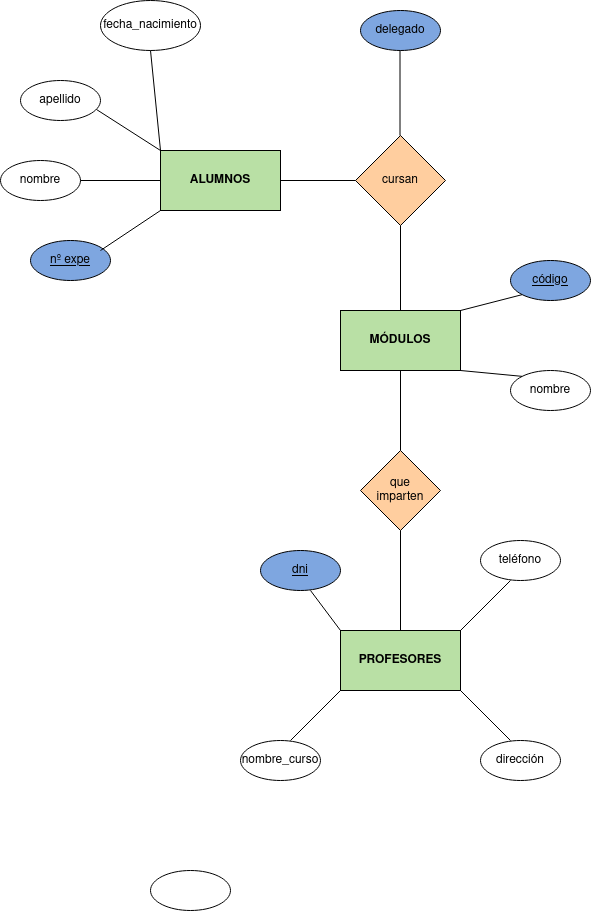
The draw.io diagram Unidad-2/Tareas/Profesorado_Instituto_v1.drawio.png in edumel20/base-datos, before a commit. Source tidied: cells renumbered, new cells last; positions are measured from the earlier drawing's top-left corner, leaving out a move shared by most shapes.
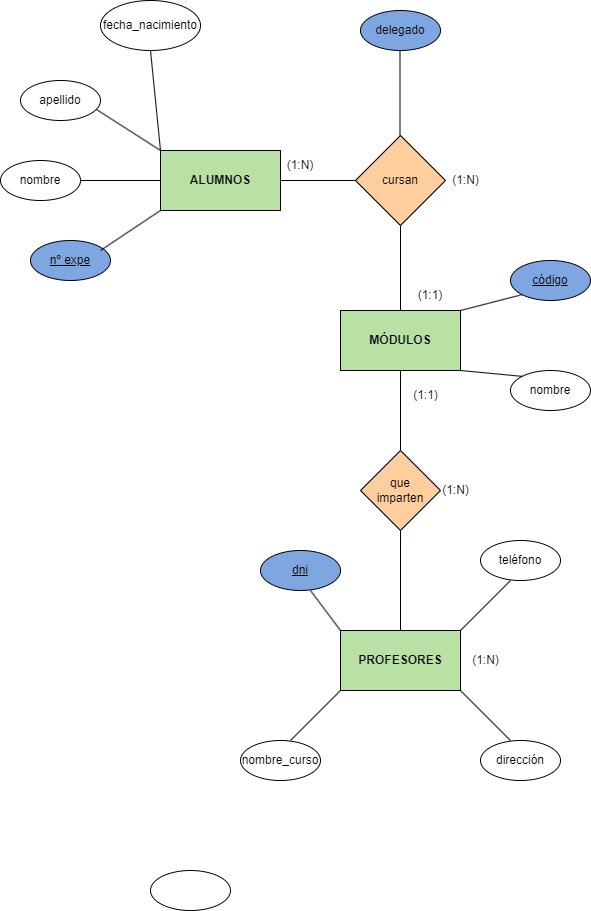
After the change.

Change to the diagram source:
```diff
@@ -183,5 +183,23 @@
     <mxCell id="49" value="teléfono" style="text;html=1;strokeColor=none;fillColor=none;align=center;verticalAlign=middle;whiteSpace=wrap;rounded=0;" parent="1" vertex="1">
       <mxGeometry x="490" y="545" width="60" height="30" as="geometry" />
     </mxCell>
+    <mxCell id="50" value="(1:N)" style="text;html=1;strokeColor=none;fillColor=none;align=center;verticalAlign=middle;whiteSpace=wrap;rounded=0;" parent="1" vertex="1">
+      <mxGeometry x="270" y="150" width="60" height="30" as="geometry" />
+    </mxCell>
+    <mxCell id="51" value="(1:1)" style="text;html=1;strokeColor=none;fillColor=none;align=center;verticalAlign=middle;whiteSpace=wrap;rounded=0;" parent="1" vertex="1">
+      <mxGeometry x="400" y="280" width="60" height="30" as="geometry" />
+    </mxCell>
+    <mxCell id="52" value="(1:N)" style="text;html=1;align=center;verticalAlign=middle;strokeColor=none;fillColor=none;" parent="1" vertex="1">
+      <mxGeometry x="440" y="165" width="50" height="30" as="geometry" />
+    </mxCell>
+    <mxCell id="53" value="(1:N)" style="text;html=1;align=center;verticalAlign=middle;strokeColor=none;fillColor=none;" parent="1" vertex="1">
+      <mxGeometry x="460" y="645" width="50" height="30" as="geometry" />
+    </mxCell>
+    <mxCell id="54" value="(1:N)" style="text;html=1;align=center;verticalAlign=middle;strokeColor=none;fillColor=none;" parent="1" vertex="1">
+      <mxGeometry x="430" y="475" width="50" height="30" as="geometry" />
+    </mxCell>
+    <mxCell id="55" value="(1:1)" style="text;html=1;align=center;verticalAlign=middle;strokeColor=none;fillColor=none;" parent="1" vertex="1">
+      <mxGeometry x="400" y="380" width="50" height="30" as="geometry" />
+    </mxCell>
   </root>
 </mxGraphModel>
```
